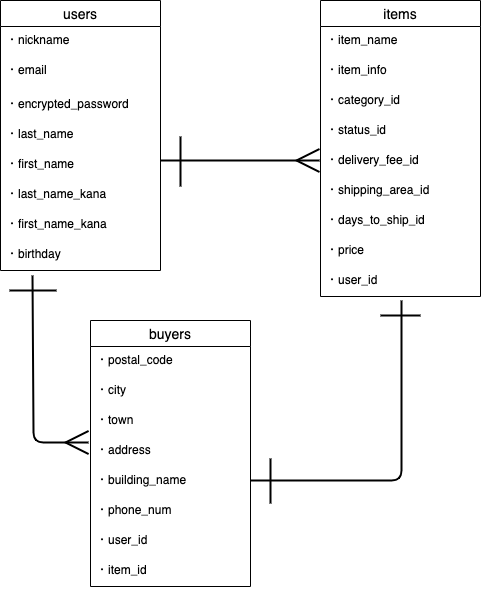
Before: .drawio.png, a diagram exported from draw.io (spice-wasabi/furima-31827). Source tidied: cells renumbered, new cells last; positions are measured from the earlier drawing's top-left corner, leaving out a move shared by most shapes.
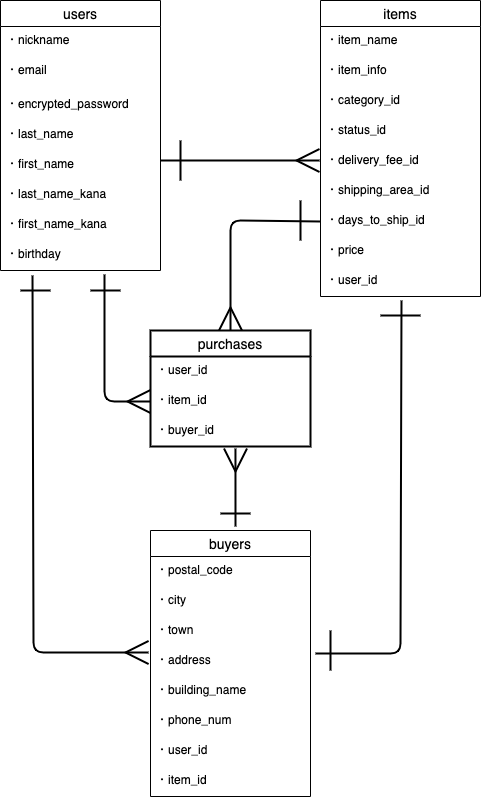
After the commit.

The edit, as a diff of the source:
```diff
@@ -68,15 +68,14 @@
     <mxCell id="22" style="fontSize=12;html=1;endArrow=ERmany;strokeWidth=2;endSize=20;entryX=-0.012;entryY=0.2;entryDx=0;entryDy=0;entryPerimeter=0;exitX=0.2;exitY=1.167;exitDx=0;exitDy=0;exitPerimeter=0;" parent="1" edge="1" source="10" target="32">
       <mxGeometry relative="1" as="geometry">
         <Array as="points">
-          <mxPoint x="33" y="442" />
+          <mxPoint x="33" y="652" />
         </Array>
       </mxGeometry>
     </mxCell>
-    <mxCell id="23" style="endArrow=none;html=1;rounded=1;strokeWidth=2;entryX=0.506;entryY=1.133;entryDx=0;entryDy=0;entryPerimeter=0;" parent="1" edge="1" target="20">
+    <mxCell id="23" style="endArrow=none;html=1;rounded=1;strokeWidth=2;entryX=0.506;entryY=1.133;entryDx=0;entryDy=0;entryPerimeter=0;exitX=1.031;exitY=0.233;exitDx=0;exitDy=0;exitPerimeter=0;" parent="1" edge="1" source="32" target="20">
       <mxGeometry relative="1" as="geometry">
-        <mxPoint x="250" y="480" as="sourcePoint" />
         <Array as="points">
-          <mxPoint x="401" y="480" />
+          <mxPoint x="400" y="653" />
         </Array>
       </mxGeometry>
     </mxCell>
@@ -85,24 +84,24 @@
     </mxCell>
     <mxCell id="25" style="endArrow=none;html=1;rounded=0;strokeWidth=2;" parent="1" edge="1">
       <mxGeometry relative="1" as="geometry">
-        <mxPoint x="270" y="458" as="sourcePoint" />
-        <mxPoint x="270" y="503" as="targetPoint" />
+        <mxPoint x="330" y="630" as="sourcePoint" />
+        <mxPoint x="330" y="670" as="targetPoint" />
       </mxGeometry>
     </mxCell>
     <mxCell id="26" style="endArrow=none;html=1;rounded=0;strokeWidth=2;" parent="1" edge="1">
       <mxGeometry relative="1" as="geometry">
-        <mxPoint x="9" y="290" as="sourcePoint" />
-        <mxPoint x="56" y="290" as="targetPoint" />
+        <mxPoint x="20" y="290" as="sourcePoint" />
+        <mxPoint x="50" y="290" as="targetPoint" />
       </mxGeometry>
     </mxCell>
     <mxCell id="27" style="endArrow=none;html=1;rounded=0;strokeWidth=2;" parent="1" edge="1">
       <mxGeometry relative="1" as="geometry">
-        <mxPoint x="180" y="136" as="sourcePoint" />
-        <mxPoint x="180" y="186" as="targetPoint" />
+        <mxPoint x="180" y="140" as="sourcePoint" />
+        <mxPoint x="180" y="180" as="targetPoint" />
       </mxGeometry>
     </mxCell>
     <mxCell id="28" value="buyers" style="swimlane;fontStyle=0;horizontal=1;startSize=26;align=center;fontSize=14;" parent="1" vertex="1">
-      <mxGeometry x="90" y="320" width="160" height="266" as="geometry" />
+      <mxGeometry x="150" y="530" width="160" height="266" as="geometry" />
     </mxCell>
     <mxCell id="29" value="・postal_code" style="text;strokeColor=none;fillColor=none;spacingLeft=4;spacingRight=4;overflow=hidden;fontSize=12;" parent="28" vertex="1">
       <mxGeometry y="26" width="160" height="30" as="geometry" />
@@ -128,5 +127,54 @@
     <mxCell id="36" value="・item_id" style="text;strokeColor=none;fillColor=none;spacingLeft=4;spacingRight=4;overflow=hidden;fontSize=12;" parent="28" vertex="1">
       <mxGeometry y="236" width="160" height="30" as="geometry" />
     </mxCell>
+    <mxCell id="37" value="purchases" style="swimlane;fontStyle=0;horizontal=1;startSize=26;align=center;fontSize=14;strokeWidth=2;" parent="1" vertex="1">
+      <mxGeometry x="150" y="330" width="160" height="116" as="geometry" />
+    </mxCell>
+    <mxCell id="38" value="・user_id" style="text;strokeColor=none;fillColor=none;spacingLeft=4;spacingRight=4;overflow=hidden;fontSize=12;" parent="37" vertex="1">
+      <mxGeometry y="26" width="160" height="30" as="geometry" />
+    </mxCell>
+    <mxCell id="39" value="・item_id" style="text;strokeColor=none;fillColor=none;spacingLeft=4;spacingRight=4;overflow=hidden;points=[[0,0.5],[1,0.5]];portConstraint=eastwest;fontSize=12;" parent="37" vertex="1">
+      <mxGeometry y="56" width="160" height="30" as="geometry" />
+    </mxCell>
+    <mxCell id="40" value="・buyer_id" style="text;strokeColor=none;fillColor=none;spacingLeft=4;spacingRight=4;overflow=hidden;points=[[0,0.5],[1,0.5]];portConstraint=eastwest;fontSize=12;" parent="37" vertex="1">
+      <mxGeometry y="86" width="160" height="30" as="geometry" />
+    </mxCell>
+    <mxCell id="41" style="fontSize=12;html=1;endArrow=ERmany;startArrow=none;strokeWidth=2;entryX=0.531;entryY=1.067;entryDx=0;entryDy=0;entryPerimeter=0;startSize=20;endSize=20;startFill=0;" parent="1" edge="1" target="40">
+      <mxGeometry relative="1" as="geometry">
+        <mxPoint x="235" y="526" as="sourcePoint" />
+      </mxGeometry>
+    </mxCell>
+    <mxCell id="42" style="fontSize=12;html=1;endArrow=none;startArrow=ERmany;strokeWidth=2;entryX=0.65;entryY=1.133;entryDx=0;entryDy=0;entryPerimeter=0;exitX=0;exitY=0.5;exitDx=0;exitDy=0;endSize=20;startSize=20;endFill=0;" parent="1" edge="1" source="39" target="10">
+      <mxGeometry relative="1" as="geometry">
+        <Array as="points">
+          <mxPoint x="104" y="401" />
+        </Array>
+      </mxGeometry>
+    </mxCell>
+    <mxCell id="43" style="fontSize=12;html=1;endArrow=none;startArrow=ERmany;strokeWidth=2;entryX=0;entryY=0.5;entryDx=0;entryDy=0;exitX=0.5;exitY=0;exitDx=0;exitDy=0;endSize=20;startSize=20;endFill=0;" parent="1" edge="1" source="37" target="18">
+      <mxGeometry relative="1" as="geometry">
+        <Array as="points">
+          <mxPoint x="230" y="220" />
+        </Array>
+      </mxGeometry>
+    </mxCell>
+    <mxCell id="44" style="endArrow=none;html=1;rounded=0;strokeWidth=2;" parent="1" edge="1">
+      <mxGeometry relative="1" as="geometry">
+        <mxPoint x="300" y="200" as="sourcePoint" />
+        <mxPoint x="300" y="240" as="targetPoint" />
+      </mxGeometry>
+    </mxCell>
+    <mxCell id="45" style="endArrow=none;html=1;rounded=0;strokeWidth=2;" parent="1" edge="1">
+      <mxGeometry relative="1" as="geometry">
+        <mxPoint x="90" y="290" as="sourcePoint" />
+        <mxPoint x="120" y="290" as="targetPoint" />
+      </mxGeometry>
+    </mxCell>
+    <mxCell id="46" style="endArrow=none;html=1;rounded=0;strokeWidth=2;" parent="1" edge="1">
+      <mxGeometry relative="1" as="geometry">
+        <mxPoint x="220" y="513" as="sourcePoint" />
+        <mxPoint x="250" y="513" as="targetPoint" />
+      </mxGeometry>
+    </mxCell>
   </root>
 </mxGraphModel>
```
